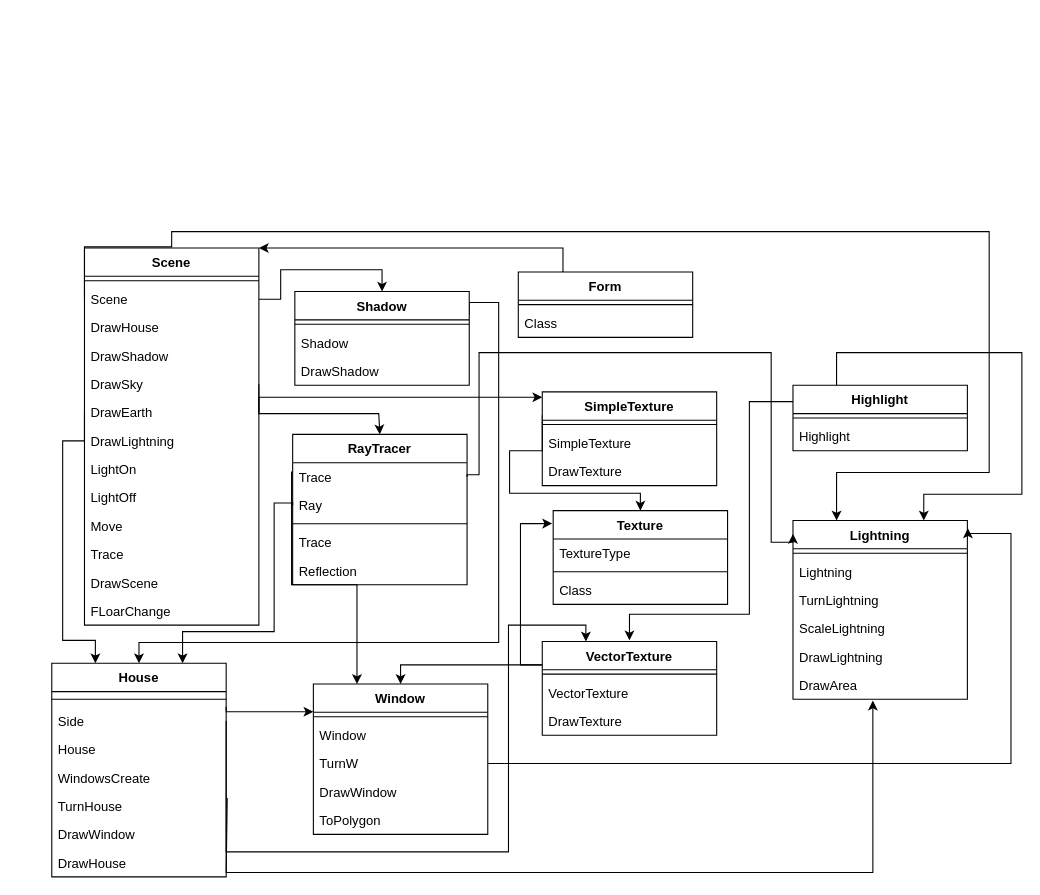
Earlier version of the draw.io diagram page "Page-1" (1 of 3) of Диаграмма_курсач.drawio (kpirap18/BMSTU-CP_CG-sem5). Source tidied: cells renumbered, new cells numbered last; positions are measured from the earlier drawing's top-left corner, leaving out a move shared by most shapes. Both pictures are drawn from the tidied source at 109%, with x=0, y=0 at pixel (51, 231).
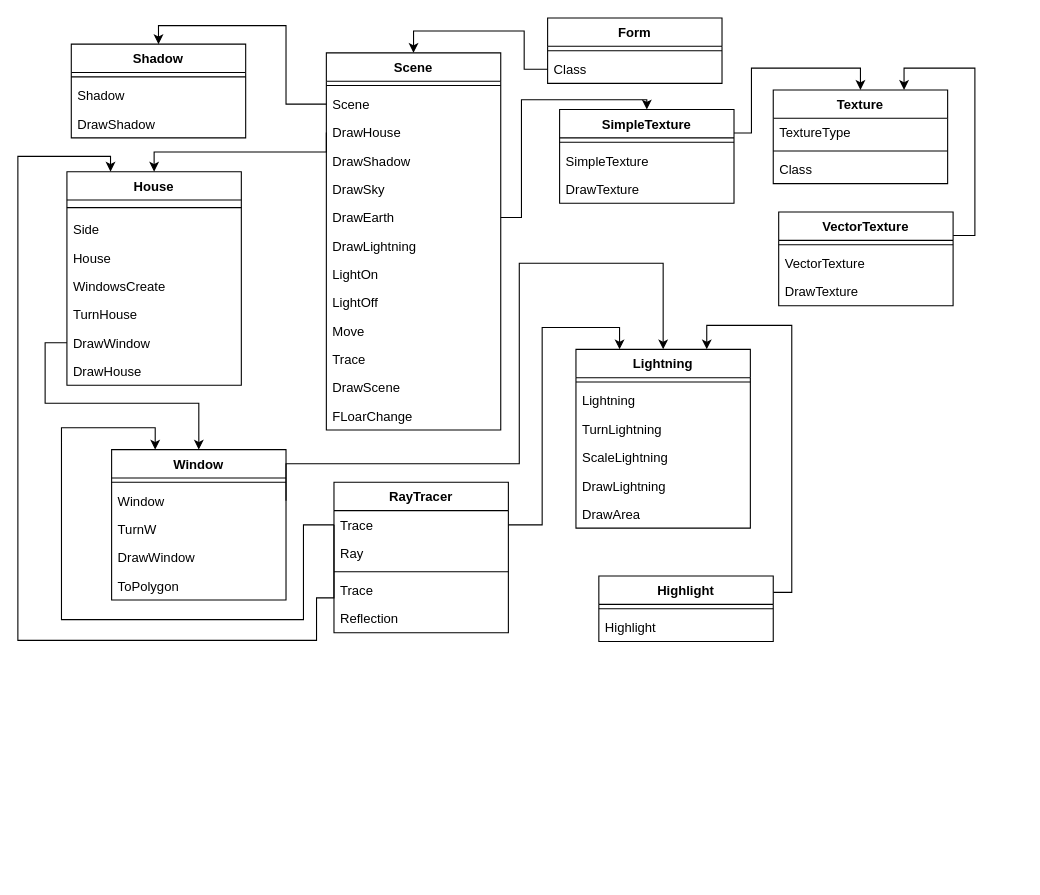
The same diagram, later.

The change refers to these unchanged cells:
```xml
<mxCell id="13" value="Scene" style="text;strokeColor=none;fillColor=none;align=left;verticalAlign=top;spacingLeft=4;spacingRight=4;overflow=hidden;points=[[0,0.5],[1,0.5]];portConstraint=eastwest;" parent="11" vertex="1">
  <mxGeometry y="34" width="160" height="26" as="geometry" />
</mxCell>
<mxCell id="14" value="DrawHouse" style="text;strokeColor=none;fillColor=none;align=left;verticalAlign=top;spacingLeft=4;spacingRight=4;overflow=hidden;points=[[0,0.5],[1,0.5]];portConstraint=eastwest;" parent="11" vertex="1">
  <mxGeometry y="60" width="160" height="26" as="geometry" />
</mxCell>
<mxCell id="16" value="DrawSky" style="text;strokeColor=none;fillColor=none;align=left;verticalAlign=top;spacingLeft=4;spacingRight=4;overflow=hidden;points=[[0,0.5],[1,0.5]];portConstraint=eastwest;" parent="11" vertex="1">
  <mxGeometry y="112" width="160" height="26" as="geometry" />
</mxCell>
<mxCell id="17" value="DrawEarth" style="text;strokeColor=none;fillColor=none;align=left;verticalAlign=top;spacingLeft=4;spacingRight=4;overflow=hidden;points=[[0,0.5],[1,0.5]];portConstraint=eastwest;" parent="11" vertex="1">
  <mxGeometry y="138" width="160" height="26" as="geometry" />
</mxCell>
<mxCell id="27" value="Window" style="text;strokeColor=none;fillColor=none;align=left;verticalAlign=top;spacingLeft=4;spacingRight=4;overflow=hidden;points=[[0,0.5],[1,0.5]];portConstraint=eastwest;" parent="25" vertex="1">
  <mxGeometry y="34" width="160" height="26" as="geometry" />
</mxCell>
<mxCell id="28" value="TurnW" style="text;strokeColor=none;fillColor=none;align=left;verticalAlign=top;spacingLeft=4;spacingRight=4;overflow=hidden;points=[[0,0.5],[1,0.5]];portConstraint=eastwest;" parent="25" vertex="1">
  <mxGeometry y="60" width="160" height="26" as="geometry" />
</mxCell>
<mxCell id="34" value="Side" style="text;strokeColor=none;fillColor=none;align=left;verticalAlign=top;spacingLeft=4;spacingRight=4;overflow=hidden;points=[[0,0.5],[1,0.5]];portConstraint=eastwest;" parent="32" vertex="1">
  <mxGeometry y="40" width="160" height="26" as="geometry" />
</mxCell>
<mxCell id="37" value="TurnHouse" style="text;strokeColor=none;fillColor=none;align=left;verticalAlign=top;spacingLeft=4;spacingRight=4;overflow=hidden;points=[[0,0.5],[1,0.5]];portConstraint=eastwest;" parent="32" vertex="1">
  <mxGeometry y="118" width="160" height="26" as="geometry" />
</mxCell>
<mxCell id="38" value="DrawWindow" style="text;strokeColor=none;fillColor=none;align=left;verticalAlign=top;spacingLeft=4;spacingRight=4;overflow=hidden;points=[[0,0.5],[1,0.5]];portConstraint=eastwest;" parent="32" vertex="1">
  <mxGeometry y="144" width="160" height="26" as="geometry" />
</mxCell>
<mxCell id="46" value="DrawArea" style="text;strokeColor=none;fillColor=none;align=left;verticalAlign=top;spacingLeft=4;spacingRight=4;overflow=hidden;points=[[0,0.5],[1,0.5]];portConstraint=eastwest;" parent="40" vertex="1">
  <mxGeometry y="138" width="160" height="26" as="geometry" />
</mxCell>
<mxCell id="59" value="Trace" style="text;strokeColor=none;fillColor=none;align=left;verticalAlign=top;spacingLeft=4;spacingRight=4;overflow=hidden;points=[[0,0.5],[1,0.5]];portConstraint=eastwest;" parent="58" vertex="1">
  <mxGeometry y="26" width="160" height="26" as="geometry" />
</mxCell>
<mxCell id="60" value="Ray" style="text;strokeColor=none;fillColor=none;align=left;verticalAlign=top;spacingLeft=4;spacingRight=4;overflow=hidden;points=[[0,0.5],[1,0.5]];portConstraint=eastwest;" parent="58" vertex="1">
  <mxGeometry y="52" width="160" height="26" as="geometry" />
</mxCell>
```

Change to the diagram source:
```diff
@@
     <mxCell id="2" value="Texture" style="swimlane;fontStyle=1;align=center;verticalAlign=top;horizontal=1;startSize=26;" parent="1" vertex="1">
-      <mxGeometry x="460" y="256" width="160" height="86" as="geometry" />
+      <mxGeometry x="661.9" y="-130" width="160" height="86" as="geometry" />
     </mxCell>
@@
-    <mxCell id="6" style="edgeStyle=orthogonalEdgeStyle;rounded=0;jettySize=auto;html=1;exitX=0;exitY=0.25;exitDx=0;exitDy=0;entryX=0.5;entryY=0;entryDx=0;entryDy=0;" parent="1" edge="1" source="7" target="2">
+    <mxCell id="6" style="edgeStyle=orthogonalEdgeStyle;rounded=0;jettySize=auto;html=1;exitX=1;exitY=0.25;exitDx=0;exitDy=0;entryX=0.5;entryY=0;entryDx=0;entryDy=0;" parent="1" edge="1" source="7" target="2">
       <mxGeometry relative="1" as="geometry">
         <Array as="points">
-          <mxPoint x="450" y="201" />
-          <mxPoint x="420" y="201" />
-          <mxPoint x="420" y="240" />
-          <mxPoint x="540" y="240" />
+          <mxPoint x="641.9" y="-90" />
+          <mxPoint x="641.9" y="-150" />
+          <mxPoint x="741.9" y="-150" />
         </Array>
       </mxGeometry>
     </mxCell>
     <mxCell id="7" value="SimpleTexture" style="swimlane;fontStyle=1;align=center;verticalAlign=top;horizontal=1;startSize=26;" parent="1" vertex="1">
-      <mxGeometry x="450" y="147" width="160" height="86" as="geometry" />
+      <mxGeometry x="465.9" y="-112" width="160" height="86" as="geometry" />
     </mxCell>
@@
     <mxCell id="11" value="Scene" style="swimlane;fontStyle=1;align=center;verticalAlign=top;horizontal=1;startSize=26;" parent="1" vertex="1">
-      <mxGeometry x="30" y="15" width="160" height="346" as="geometry" />
+      <mxGeometry x="251.9" y="-164" width="160" height="346" as="geometry" />
     </mxCell>
@@
     <mxCell id="25" value="Window&#10;" style="swimlane;fontStyle=1;align=center;verticalAlign=top;horizontal=1;startSize=26;" parent="1" vertex="1">
-      <mxGeometry x="240" y="415" width="160" height="138" as="geometry" />
+      <mxGeometry x="54.9" y="200" width="160" height="138" as="geometry" />
     </mxCell>
@@
-    <mxCell id="31" style="edgeStyle=orthogonalEdgeStyle;rounded=0;orthogonalLoop=1;jettySize=auto;html=1;exitX=1;exitY=0.25;exitDx=0;exitDy=0;entryX=0;entryY=0.25;entryDx=0;entryDy=0;" parent="1" edge="1">
-      <mxGeometry relative="1" as="geometry">
-        <mxPoint x="160" y="436" as="sourcePoint" />
-        <mxPoint x="240" y="440.5" as="targetPoint" />
-        <Array as="points">
-          <mxPoint x="160" y="441" />
-        </Array>
-      </mxGeometry>
-    </mxCell>
     <mxCell id="32" value="House" style="swimlane;fontStyle=1;align=center;verticalAlign=top;horizontal=1;startSize=26;" parent="1" vertex="1">
-      <mxGeometry y="396" width="160" height="196" as="geometry" />
+      <mxGeometry x="13.9" y="-55" width="160" height="196" as="geometry" />
     </mxCell>
@@
     <mxCell id="40" value="Lightning" style="swimlane;fontStyle=1;align=center;verticalAlign=top;horizontal=1;startSize=26;" parent="1" vertex="1">
-      <mxGeometry x="680" y="265" width="160" height="164" as="geometry" />
+      <mxGeometry x="480.9" y="108" width="160" height="164" as="geometry" />
     </mxCell>
@@
-    <mxCell id="47" style="edgeStyle=orthogonalEdgeStyle;rounded=0;jettySize=auto;html=1;exitX=1;exitY=0.25;exitDx=0;exitDy=0;" parent="1" edge="1" source="48" target="32">
-      <mxGeometry relative="1" as="geometry">
-        <Array as="points">
-          <mxPoint x="383" y="65" />
-          <mxPoint x="410" y="65" />
-          <mxPoint x="410" y="377" />
-          <mxPoint x="80" y="377" />
-        </Array>
-      </mxGeometry>
-    </mxCell>
     <mxCell id="48" value="Shadow" style="swimlane;fontStyle=1;align=center;verticalAlign=top;horizontal=1;startSize=26;" parent="1" vertex="1">
-      <mxGeometry x="223" y="55" width="160" height="86" as="geometry" />
+      <mxGeometry x="17.9" y="-172" width="160" height="86" as="geometry" />
     </mxCell>
@@
-    <mxCell id="52" style="edgeStyle=orthogonalEdgeStyle;rounded=0;jettySize=auto;html=1;exitX=0;exitY=0.25;exitDx=0;exitDy=0;entryX=0.5;entryY=0;entryDx=0;entryDy=0;" parent="1" edge="1" source="77" target="25">
-      <mxGeometry relative="1" as="geometry">
-        <Array as="points">
-          <mxPoint x="320" y="398" />
-        </Array>
-      </mxGeometry>
-    </mxCell>
-    <mxCell id="53" style="edgeStyle=orthogonalEdgeStyle;rounded=0;jettySize=auto;html=1;exitX=0;exitY=0.25;exitDx=0;exitDy=0;entryX=0.75;entryY=0;entryDx=0;entryDy=0;" parent="1" edge="1" source="54" target="40">
+    <mxCell id="53" style="edgeStyle=orthogonalEdgeStyle;rounded=0;jettySize=auto;html=1;exitX=1;exitY=0.25;exitDx=0;exitDy=0;entryX=0.75;entryY=0;entryDx=0;entryDy=0;" parent="1" edge="1" source="54" target="40">
       <mxGeometry relative="1" as="geometry">
         <Array as="points">
-          <mxPoint x="720" y="156" />
-          <mxPoint x="720" y="111" />
-          <mxPoint x="890" y="111" />
-          <mxPoint x="890" y="241" />
-          <mxPoint x="800" y="241" />
+          <mxPoint x="678.9" y="331" />
+          <mxPoint x="678.9" y="86" />
+          <mxPoint x="600.9" y="86" />
         </Array>
       </mxGeometry>
     </mxCell>
     <mxCell id="54" value="Highlight" style="swimlane;fontStyle=1;align=center;verticalAlign=top;horizontal=1;startSize=26;" parent="1" vertex="1">
-      <mxGeometry x="680" y="141" width="160" height="60" as="geometry" />
+      <mxGeometry x="501.9" y="316" width="160" height="60" as="geometry" />
     </mxCell>
@@
-    <mxCell id="57" style="edgeStyle=orthogonalEdgeStyle;rounded=0;jettySize=auto;html=1;exitX=0;exitY=0.25;exitDx=0;exitDy=0;entryX=0.25;entryY=0;entryDx=0;entryDy=0;" parent="1" edge="1" source="58" target="25">
-      <mxGeometry relative="1" as="geometry">
-        <Array as="points">
-          <mxPoint x="220" y="221" />
-          <mxPoint x="220" y="324" />
-          <mxPoint x="280" y="324" />
-        </Array>
-      </mxGeometry>
-    </mxCell>
+    <mxCell id="64" style="edgeStyle=orthogonalEdgeStyle;rounded=0;jettySize=auto;html=1;exitX=1;exitY=0.5;exitDx=0;exitDy=0;" parent="1" edge="1" source="17" target="7">
+      <mxGeometry relative="1" as="geometry">
+        <Array as="points">
+          <mxPoint x="430.9" y="-13" />
+          <mxPoint x="430.9" y="-121" />
+          <mxPoint x="545.9" y="-121" />
+        </Array>
+      </mxGeometry>
+    </mxCell>
+    <mxCell id="67" value="Form" style="swimlane;fontStyle=1;align=center;verticalAlign=top;horizontal=1;startSize=26;" parent="1" vertex="1">
+      <mxGeometry x="454.9" y="-196" width="160" height="60" as="geometry" />
+    </mxCell>
+    <mxCell id="68" style="line;strokeWidth=1;fillColor=none;align=left;verticalAlign=middle;spacingTop=-1;spacingLeft=3;spacingRight=3;labelPosition=right;" parent="67" vertex="1">
+      <mxGeometry y="26" width="160" height="8" as="geometry" />
+    </mxCell>
+    <mxCell id="69" value="Class" style="text;strokeColor=none;fillColor=none;align=left;verticalAlign=top;spacingLeft=4;spacingRight=4;overflow=hidden;points=[[0,0.5],[1,0.5]];portConstraint=eastwest;" parent="67" vertex="1">
+      <mxGeometry y="34" width="160" height="26" as="geometry" />
+    </mxCell>
+    <mxCell id="76" style="edgeStyle=orthogonalEdgeStyle;rounded=0;jettySize=auto;html=1;exitX=1;exitY=0.25;exitDx=0;exitDy=0;entryX=0.75;entryY=0;entryDx=0;entryDy=0;" parent="1" edge="1" source="77" target="2">
+      <mxGeometry relative="1" as="geometry" />
+    </mxCell>
+    <mxCell id="77" value="VectorTexture" style="swimlane;fontStyle=1;align=center;verticalAlign=top;horizontal=1;startSize=26;" parent="1" vertex="1">
+      <mxGeometry x="666.9" y="-18" width="160" height="86" as="geometry" />
+    </mxCell>
+    <mxCell id="78" style="line;strokeWidth=1;fillColor=none;align=left;verticalAlign=middle;spacingTop=-1;spacingLeft=3;spacingRight=3;labelPosition=right;" parent="77" vertex="1">
+      <mxGeometry y="26" width="160" height="8" as="geometry" />
+    </mxCell>
+    <mxCell id="79" value="VectorTexture" style="text;strokeColor=none;fillColor=none;align=left;verticalAlign=top;spacingLeft=4;spacingRight=4;overflow=hidden;" parent="77" vertex="1">
+      <mxGeometry y="34" width="160" height="26" as="geometry" />
+    </mxCell>
+    <mxCell id="80" value="DrawTexture" style="text;strokeColor=none;fillColor=none;align=left;verticalAlign=top;spacingLeft=4;spacingRight=4;overflow=hidden;" parent="77" vertex="1">
+      <mxGeometry y="60" width="160" height="26" as="geometry" />
+    </mxCell>
+    <mxCell id="84" style="edgeStyle=orthogonalEdgeStyle;rounded=0;jettySize=auto;html=1;exitX=0;exitY=0.5;exitDx=0;exitDy=0;entryX=0.5;entryY=0;entryDx=0;entryDy=0;" parent="1" edge="1" source="14" target="32">
+      <mxGeometry relative="1" as="geometry">
+        <Array as="points">
+          <mxPoint x="251.9" y="-73" />
+          <mxPoint x="93.9" y="-73" />
+        </Array>
+      </mxGeometry>
+    </mxCell>
     <mxCell id="58" value="RayTracer" style="swimlane;fontStyle=1;align=center;verticalAlign=top;horizontal=1;startSize=26;" parent="1" vertex="1">
-      <mxGeometry x="221" y="186" width="160" height="138" as="geometry" />
+      <mxGeometry x="258.9" y="230" width="160" height="138" as="geometry" />
     </mxCell>
@@
-    <mxCell id="64" style="edgeStyle=orthogonalEdgeStyle;rounded=0;jettySize=auto;html=1;exitX=1;exitY=0.5;exitDx=0;exitDy=0;" parent="1" edge="1" source="17" target="7">
-      <mxGeometry relative="1" as="geometry">
-        <Array as="points">
-          <mxPoint x="190" y="152" />
-        </Array>
-      </mxGeometry>
-    </mxCell>
-    <mxCell id="65" style="edgeStyle=orthogonalEdgeStyle;rounded=0;jettySize=auto;html=1;exitX=1;exitY=0.5;exitDx=0;exitDy=0;entryX=0.25;entryY=0;entryDx=0;entryDy=0;" parent="1" edge="1" source="34" target="77">
-      <mxGeometry relative="1" as="geometry">
-        <Array as="points">
-          <mxPoint x="160" y="569" />
-          <mxPoint x="419" y="569" />
-          <mxPoint x="419" y="361" />
-          <mxPoint x="490" y="361" />
-        </Array>
-      </mxGeometry>
-    </mxCell>
-    <mxCell id="66" style="edgeStyle=orthogonalEdgeStyle;rounded=0;jettySize=auto;html=1;exitX=0.25;exitY=0;exitDx=0;exitDy=0;entryX=1;entryY=0;entryDx=0;entryDy=0;" parent="1" edge="1" source="67" target="11">
-      <mxGeometry relative="1" as="geometry">
-        <Array as="points">
-          <mxPoint x="469" y="15" />
-        </Array>
-      </mxGeometry>
-    </mxCell>
-    <mxCell id="67" value="Form" style="swimlane;fontStyle=1;align=center;verticalAlign=top;horizontal=1;startSize=26;" parent="1" vertex="1">
-      <mxGeometry x="428" y="37" width="160" height="60" as="geometry" />
-    </mxCell>
-    <mxCell id="68" style="line;strokeWidth=1;fillColor=none;align=left;verticalAlign=middle;spacingTop=-1;spacingLeft=3;spacingRight=3;labelPosition=right;" parent="67" vertex="1">
-      <mxGeometry y="26" width="160" height="8" as="geometry" />
-    </mxCell>
-    <mxCell id="69" value="Class" style="text;strokeColor=none;fillColor=none;align=left;verticalAlign=top;spacingLeft=4;spacingRight=4;overflow=hidden;points=[[0,0.5],[1,0.5]];portConstraint=eastwest;" parent="67" vertex="1">
-      <mxGeometry y="34" width="160" height="26" as="geometry" />
-    </mxCell>
-    <mxCell id="70" style="edgeStyle=orthogonalEdgeStyle;rounded=0;jettySize=auto;html=1;exitX=1;exitY=0.5;exitDx=0;exitDy=0;entryX=0.5;entryY=0;entryDx=0;entryDy=0;" parent="1" edge="1" source="16" target="58">
-      <mxGeometry relative="1" as="geometry">
-        <Array as="points">
-          <mxPoint x="190" y="167" />
-          <mxPoint x="300" y="167" />
-        </Array>
-      </mxGeometry>
-    </mxCell>
-    <mxCell id="71" style="edgeStyle=orthogonalEdgeStyle;rounded=0;jettySize=auto;html=1;exitX=0;exitY=0.5;exitDx=0;exitDy=0;entryX=0.25;entryY=0;entryDx=0;entryDy=0;" parent="1" edge="1" source="13" target="40">
-      <mxGeometry relative="1" as="geometry">
-        <Array as="points">
-          <mxPoint x="30" y="14" />
-          <mxPoint x="110" y="14" />
-          <mxPoint x="110" />
-          <mxPoint x="860" />
-          <mxPoint x="860" y="221" />
-          <mxPoint x="720" y="221" />
-        </Array>
-      </mxGeometry>
-    </mxCell>
-    <mxCell id="72" style="edgeStyle=orthogonalEdgeStyle;rounded=0;jettySize=auto;html=1;exitX=0;exitY=0.5;exitDx=0;exitDy=0;entryX=0.75;entryY=0;entryDx=0;entryDy=0;" parent="1" edge="1" source="60" target="32">
-      <mxGeometry relative="1" as="geometry">
-        <Array as="points">
-          <mxPoint x="204" y="249" />
-          <mxPoint x="204" y="367" />
-          <mxPoint x="120" y="367" />
-        </Array>
-      </mxGeometry>
-    </mxCell>
-    <mxCell id="73" style="edgeStyle=orthogonalEdgeStyle;rounded=0;jettySize=auto;html=1;exitX=0;exitY=0.5;exitDx=0;exitDy=0;" parent="1" edge="1" source="17" target="32">
-      <mxGeometry relative="1" as="geometry">
-        <Array as="points">
-          <mxPoint x="30" y="192" />
-          <mxPoint x="10" y="192" />
-          <mxPoint x="10" y="375" />
-          <mxPoint x="40" y="375" />
-        </Array>
-      </mxGeometry>
-    </mxCell>
+    <mxCell id="83" style="edgeStyle=orthogonalEdgeStyle;rounded=0;jettySize=auto;html=1;exitX=0;exitY=0.5;exitDx=0;exitDy=0;entryX=0.5;entryY=0;entryDx=0;entryDy=0;" parent="1" edge="1" source="13" target="48">
+      <mxGeometry relative="1" as="geometry">
+        <Array as="points">
+          <mxPoint x="214.9" y="-117" />
+          <mxPoint x="214.9" y="-189" />
+          <mxPoint x="97.9" y="-189" />
+        </Array>
+      </mxGeometry>
+    </mxCell>
+    <mxCell id="85" style="edgeStyle=orthogonalEdgeStyle;rounded=0;jettySize=auto;html=1;exitX=0;exitY=0.5;exitDx=0;exitDy=0;entryX=0.5;entryY=0;entryDx=0;entryDy=0;" parent="1" edge="1" source="69" target="11">
+      <mxGeometry relative="1" as="geometry" />
+    </mxCell>
+    <mxCell id="86" style="edgeStyle=orthogonalEdgeStyle;rounded=0;jettySize=auto;html=1;exitX=0;exitY=0.5;exitDx=0;exitDy=0;entryX=0.5;entryY=0;entryDx=0;entryDy=0;" parent="1" edge="1" source="38" target="25">
+      <mxGeometry relative="1" as="geometry" />
+    </mxCell>
-    <mxCell id="74" style="edgeStyle=orthogonalEdgeStyle;rounded=0;jettySize=auto;html=1;exitX=1;exitY=0.5;exitDx=0;exitDy=0;entryX=0;entryY=0.075;entryDx=0;entryDy=0;entryPerimeter=0;" parent="1" edge="1" source="59" target="40">
-      <mxGeometry relative="1" as="geometry">
-        <Array as="points">
-          <mxPoint x="392" y="223" />
-          <mxPoint x="392" y="111" />
-          <mxPoint x="660" y="111" />
-          <mxPoint x="660" y="285" />
-          <mxPoint x="680" y="285" />
-        </Array>
-      </mxGeometry>
+    <mxCell id="74" style="edgeStyle=orthogonalEdgeStyle;rounded=0;jettySize=auto;html=1;exitX=1;exitY=0.5;exitDx=0;exitDy=0;entryX=0.25;entryY=0;entryDx=0;entryDy=0;" parent="1" edge="1" source="59" target="40">
+      <mxGeometry relative="1" as="geometry" />
     </mxCell>
-    <mxCell id="75" style="edgeStyle=orthogonalEdgeStyle;rounded=0;jettySize=auto;html=1;exitX=1;exitY=0.5;exitDx=0;exitDy=0;entryX=1.003;entryY=0.044;entryDx=0;entryDy=0;entryPerimeter=0;" parent="1" edge="1" source="28" target="40">
-      <mxGeometry relative="1" as="geometry">
-        <Array as="points">
-          <mxPoint x="880" y="488" />
-          <mxPoint x="880" y="277" />
-          <mxPoint x="841" y="277" />
-        </Array>
-      </mxGeometry>
-    </mxCell>
-    <mxCell id="76" style="edgeStyle=orthogonalEdgeStyle;rounded=0;jettySize=auto;html=1;exitX=0;exitY=0.25;exitDx=0;exitDy=0;entryX=-0.006;entryY=0.138;entryDx=0;entryDy=0;entryPerimeter=0;" parent="1" edge="1" source="77" target="2">
-      <mxGeometry relative="1" as="geometry" />
-    </mxCell>
-    <mxCell id="77" value="VectorTexture" style="swimlane;fontStyle=1;align=center;verticalAlign=top;horizontal=1;startSize=26;" parent="1" vertex="1">
-      <mxGeometry x="450" y="376" width="160" height="86" as="geometry" />
-    </mxCell>
-    <mxCell id="78" style="line;strokeWidth=1;fillColor=none;align=left;verticalAlign=middle;spacingTop=-1;spacingLeft=3;spacingRight=3;labelPosition=right;" parent="77" vertex="1">
-      <mxGeometry y="26" width="160" height="8" as="geometry" />
-    </mxCell>
-    <mxCell id="79" value="VectorTexture" style="text;strokeColor=none;fillColor=none;align=left;verticalAlign=top;spacingLeft=4;spacingRight=4;overflow=hidden;" parent="77" vertex="1">
-      <mxGeometry y="34" width="160" height="26" as="geometry" />
-    </mxCell>
-    <mxCell id="80" value="DrawTexture" style="text;strokeColor=none;fillColor=none;align=left;verticalAlign=top;spacingLeft=4;spacingRight=4;overflow=hidden;" parent="77" vertex="1">
-      <mxGeometry y="60" width="160" height="26" as="geometry" />
-    </mxCell>
-    <mxCell id="81" style="edgeStyle=orthogonalEdgeStyle;rounded=0;jettySize=auto;html=1;exitX=0;exitY=0.25;exitDx=0;exitDy=0;" parent="1" edge="1" source="54">
-      <mxGeometry relative="1" as="geometry">
-        <mxPoint x="530" y="375" as="targetPoint" />
-        <Array as="points">
-          <mxPoint x="640" y="156" />
-          <mxPoint x="640" y="351" />
-          <mxPoint x="530" y="351" />
-          <mxPoint x="530" y="375" />
-        </Array>
-      </mxGeometry>
-    </mxCell>
-    <mxCell id="82" style="edgeStyle=orthogonalEdgeStyle;rounded=0;jettySize=auto;html=1;entryX=0.458;entryY=1.049;entryDx=0;entryDy=0;entryPerimeter=0;exitX=1.006;exitY=0.212;exitDx=0;exitDy=0;exitPerimeter=0;" parent="1" edge="1" source="37" target="46">
-      <mxGeometry relative="1" as="geometry">
-        <Array as="points">
-          <mxPoint x="160" y="588" />
-          <mxPoint x="753" y="588" />
-        </Array>
-      </mxGeometry>
-    </mxCell>
-    <mxCell id="83" style="edgeStyle=orthogonalEdgeStyle;rounded=0;jettySize=auto;html=1;exitX=1;exitY=0.5;exitDx=0;exitDy=0;entryX=0.5;entryY=0;entryDx=0;entryDy=0;" parent="1" edge="1" source="13" target="48">
-      <mxGeometry relative="1" as="geometry" />
-    </mxCell>
+    <mxCell id="87" style="edgeStyle=orthogonalEdgeStyle;rounded=0;jettySize=auto;html=1;exitX=1;exitY=0.5;exitDx=0;exitDy=0;entryX=0.5;entryY=0;entryDx=0;entryDy=0;" parent="1" edge="1" source="27" target="40">
+      <mxGeometry relative="1" as="geometry">
+        <Array as="points">
+          <mxPoint x="214.9" y="213" />
+          <mxPoint x="428.9" y="213" />
+          <mxPoint x="428.9" y="29" />
+          <mxPoint x="560.9" y="29" />
+        </Array>
+      </mxGeometry>
+    </mxCell>
+    <mxCell id="88" style="edgeStyle=orthogonalEdgeStyle;rounded=0;jettySize=auto;html=1;exitX=0;exitY=0.5;exitDx=0;exitDy=0;entryX=0.25;entryY=0;entryDx=0;entryDy=0;" parent="1" edge="1" source="59" target="32">
+      <mxGeometry relative="1" as="geometry">
+        <Array as="points">
+          <mxPoint x="258.9" y="336" />
+          <mxPoint x="242.9" y="336" />
+          <mxPoint x="242.9" y="375" />
+          <mxPoint x="-31.1" y="375" />
+          <mxPoint x="-31.1" y="-69" />
+          <mxPoint x="53.9" y="-69" />
+        </Array>
+      </mxGeometry>
+    </mxCell>
+    <mxCell id="89" style="edgeStyle=orthogonalEdgeStyle;rounded=0;jettySize=auto;html=1;exitX=0;exitY=0.5;exitDx=0;exitDy=0;entryX=0.25;entryY=0;entryDx=0;entryDy=0;" parent="1" edge="1" source="59" target="25">
+      <mxGeometry relative="1" as="geometry">
+        <Array as="points">
+          <mxPoint x="230.9" y="269" />
+          <mxPoint x="230.9" y="356" />
+          <mxPoint x="8.9" y="356" />
+          <mxPoint x="8.9" y="180" />
+          <mxPoint x="94.9" y="180" />
+        </Array>
+      </mxGeometry>
+    </mxCell>
```
